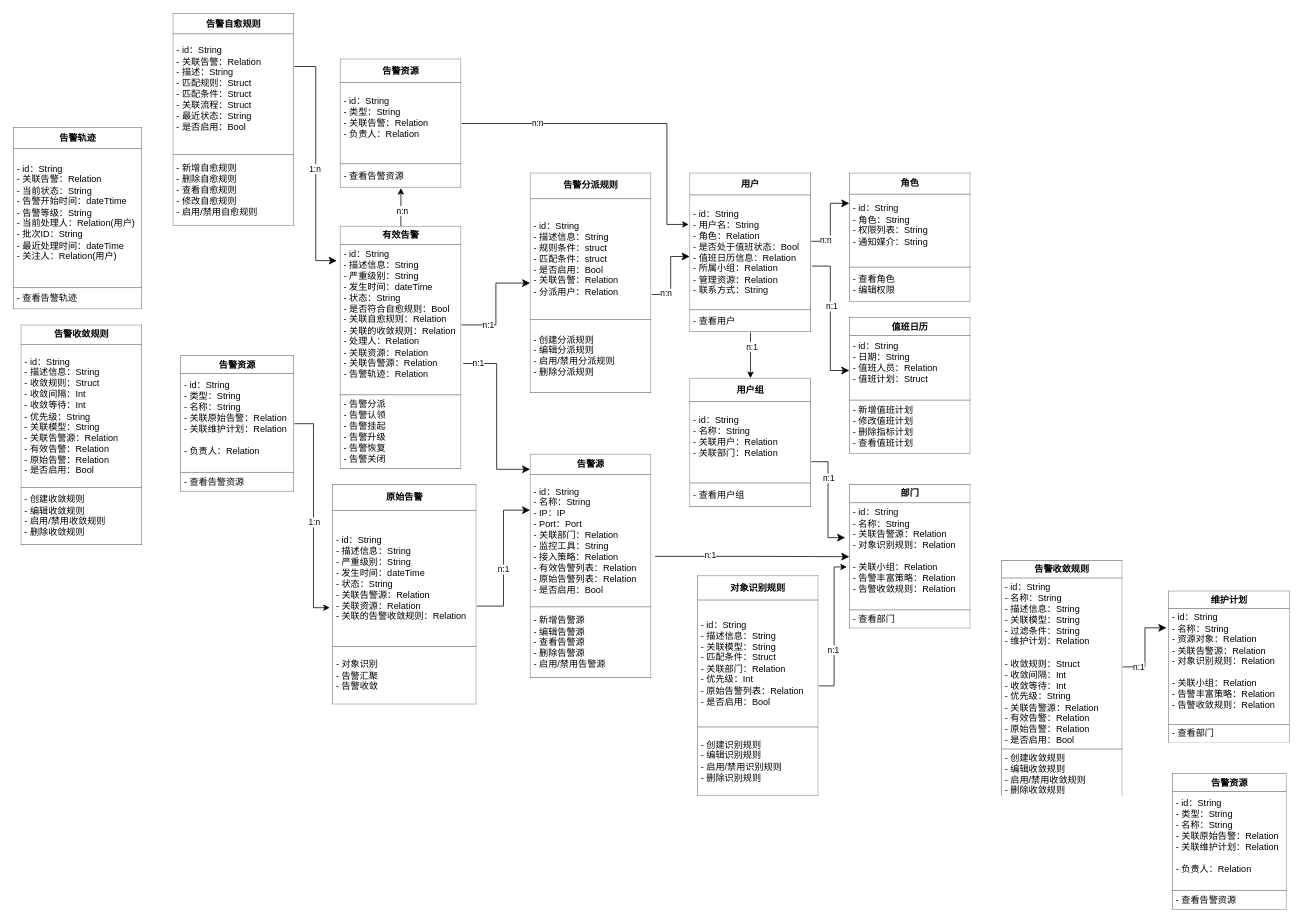
Earlier version of the draw.io diagram 领域模型 (1).drawio (jaywin2u/practices). Source tidied: cells renumbered, new cells numbered last; positions are measured from the earlier drawing's top-left corner, leaving out a move shared by most shapes. Both pictures are drawn from the tidied source at 76%, with x=0, y=0 at pixel (13, 13).
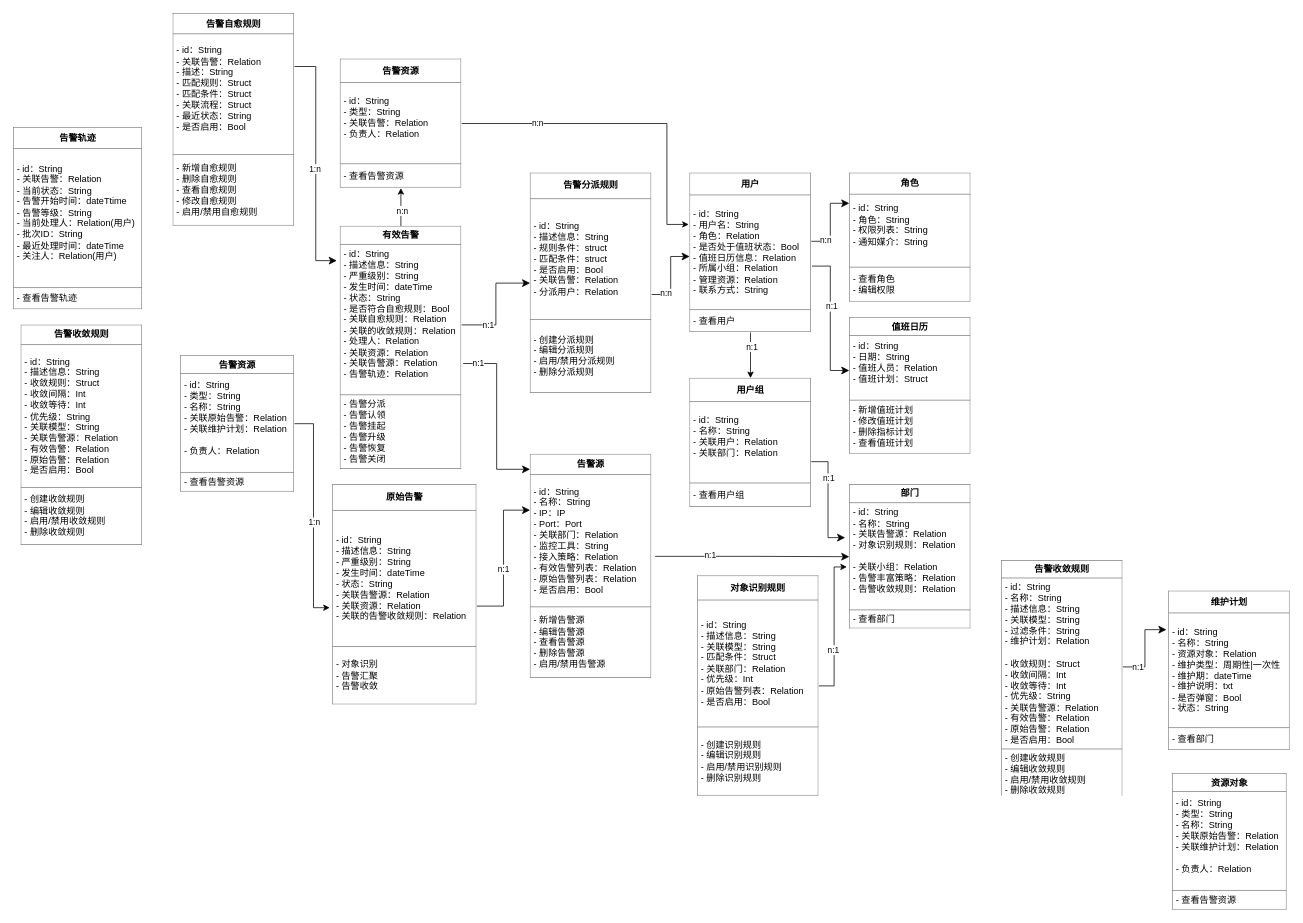
After the change.

Commit message:
更新领域模型 (1).drawio

Change to the diagram source:
```diff
@@
-    <mxCell id="46" value="&lt;table border=&quot;1&quot; width=&quot;100%&quot; height=&quot;100%&quot; cellpadding=&quot;4&quot; style=&quot;width:100%;height:100%;border-collapse:collapse;&quot;&gt;&lt;tbody&gt;&lt;tr&gt;&lt;th align=&quot;center&quot;&gt;维护计划&lt;/th&gt;&lt;/tr&gt;&lt;tr&gt;&lt;td&gt;- id：String&lt;br&gt;- 名称：String&lt;br&gt;- 资源对象：Relation&lt;br&gt;- 关联告警源：Relation&lt;br&gt;- 对象识别规则：Relation&lt;br&gt;&lt;br&gt;- 关联小组：Relation&lt;br&gt;- 告警丰富策略：Relation&lt;br&gt;- 告警收敛规则：Relation&lt;br&gt;&lt;br&gt;&lt;/td&gt;&lt;/tr&gt;&lt;tr&gt;&lt;td&gt;- 查看部门&lt;/td&gt;&lt;/tr&gt;&lt;/tbody&gt;&lt;/table&gt;" style="text;html=1;whiteSpace=wrap;strokeColor=none;fillColor=none;overflow=fill;" parent="1" vertex="1">
-      <mxGeometry x="1520" y="760" width="160" height="200" as="geometry" />
+    <mxCell id="46" value="&lt;table border=&quot;1&quot; width=&quot;100%&quot; height=&quot;100%&quot; cellpadding=&quot;4&quot; style=&quot;width:100%;height:100%;border-collapse:collapse;&quot;&gt;&lt;tbody&gt;&lt;tr&gt;&lt;th align=&quot;center&quot;&gt;维护计划&lt;/th&gt;&lt;/tr&gt;&lt;tr&gt;&lt;td&gt;- id：String&lt;br&gt;- 名称：String&lt;br&gt;- 资源对象：Relation&lt;br&gt;- 维护类型：周期性|一次性&lt;br&gt;- 维护期：dateTime&lt;br&gt;- 维护说明：txt&lt;br&gt;- 是否弹窗：Bool&lt;br&gt;- 状态：String&lt;br&gt;&lt;/td&gt;&lt;/tr&gt;&lt;tr&gt;&lt;td&gt;- 查看部门&lt;/td&gt;&lt;/tr&gt;&lt;/tbody&gt;&lt;/table&gt;" style="text;html=1;whiteSpace=wrap;strokeColor=none;fillColor=none;overflow=fill;" parent="1" vertex="1">
+      <mxGeometry x="1520" y="760" width="160" height="210" as="geometry" />
     </mxCell>
-    <mxCell id="47" value="&lt;table border=&quot;1&quot; width=&quot;100%&quot; height=&quot;100%&quot; cellpadding=&quot;4&quot; style=&quot;width:100%;height:100%;border-collapse:collapse;&quot;&gt;&lt;tbody&gt;&lt;tr&gt;&lt;th align=&quot;center&quot;&gt;告警资源&lt;/th&gt;&lt;/tr&gt;&lt;tr&gt;&lt;td&gt;- id：String&lt;br&gt;- 类型：String&lt;br&gt;- 名称：String&lt;br&gt;- 关联原始告警：Relation&lt;br&gt;- 关联维护计划：Relation&lt;br&gt;&lt;br&gt;- 负责人：Relation&lt;br&gt;&lt;br&gt;&lt;/td&gt;&lt;/tr&gt;&lt;tr&gt;&lt;td&gt;- 查看告警资源&lt;/td&gt;&lt;/tr&gt;&lt;/tbody&gt;&lt;/table&gt;" style="text;html=1;whiteSpace=wrap;strokeColor=none;fillColor=none;overflow=fill;" parent="1" vertex="1">
+    <mxCell id="47" value="&lt;table border=&quot;1&quot; width=&quot;100%&quot; height=&quot;100%&quot; cellpadding=&quot;4&quot; style=&quot;width:100%;height:100%;border-collapse:collapse;&quot;&gt;&lt;tbody&gt;&lt;tr&gt;&lt;th align=&quot;center&quot;&gt;资源对象&lt;/th&gt;&lt;/tr&gt;&lt;tr&gt;&lt;td&gt;- id：String&lt;br&gt;- 类型：String&lt;br&gt;- 名称：String&lt;br&gt;- 关联原始告警：Relation&lt;br&gt;- 关联维护计划：Relation&lt;br&gt;&lt;br&gt;- 负责人：Relation&lt;br&gt;&lt;br&gt;&lt;/td&gt;&lt;/tr&gt;&lt;tr&gt;&lt;td&gt;- 查看告警资源&lt;/td&gt;&lt;/tr&gt;&lt;/tbody&gt;&lt;/table&gt;" style="text;html=1;whiteSpace=wrap;strokeColor=none;fillColor=none;overflow=fill;" parent="1" vertex="1">
       <mxGeometry x="1524.5" y="1000" width="151" height="180" as="geometry" />
     </mxCell>
```
